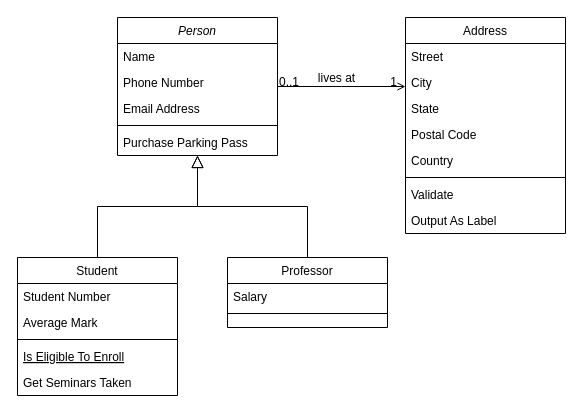
Before: UML Diagrams/Untitled Diagram.drawio in SD-Group-17/RobocupPy, a draw.io diagram. Source tidied: cells renumbered, new cells numbered last; positions are measured from the earlier drawing's top-left corner, leaving out a move shared by most shapes. Both pictures are drawn from the tidied source at 100%, with x=0, y=0 at pixel (17, 17).
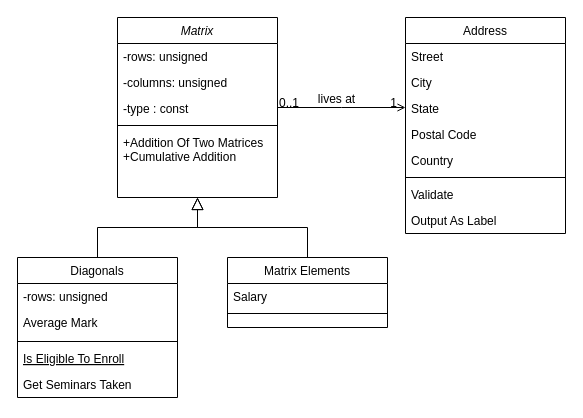
Above is the later version.

Commit message:
Sprint 1 UML .drawio

Diff of the diagram source:
```diff
@@
-    <mxCell id="2" value="Person" style="swimlane;fontStyle=2;align=center;verticalAlign=top;horizontal=1;startSize=26;rounded=0;shadow=0;strokeWidth=1;" parent="1" vertex="1">
-      <mxGeometry x="100" width="160" height="138" as="geometry" />
+    <mxCell id="2" value="Matrix" style="swimlane;fontStyle=2;align=center;verticalAlign=top;horizontal=1;startSize=26;rounded=0;shadow=0;strokeWidth=1;" parent="1" vertex="1">
+      <mxGeometry x="100" width="160" height="180" as="geometry" />
     </mxCell>
-    <mxCell id="3" value="Name" style="text;align=left;verticalAlign=top;spacingLeft=4;spacingRight=4;overflow=hidden;" parent="2" vertex="1">
+    <mxCell id="3" value="-rows: unsigned" style="text;align=left;verticalAlign=top;spacingLeft=4;spacingRight=4;overflow=hidden;" parent="2" vertex="1">
       <mxGeometry y="26" width="160" height="26" as="geometry" />
     </mxCell>
-    <mxCell id="4" value="Phone Number" style="text;align=left;verticalAlign=top;spacingLeft=4;spacingRight=4;overflow=hidden;rounded=0;shadow=0;html=0;" parent="2" vertex="1">
+    <mxCell id="4" value="-columns: unsigned" style="text;align=left;verticalAlign=top;spacingLeft=4;spacingRight=4;overflow=hidden;rounded=0;shadow=0;html=0;" parent="2" vertex="1">
       <mxGeometry y="52" width="160" height="26" as="geometry" />
     </mxCell>
-    <mxCell id="5" value="Email Address" style="text;align=left;verticalAlign=top;spacingLeft=4;spacingRight=4;overflow=hidden;rounded=0;shadow=0;html=0;" parent="2" vertex="1">
+    <mxCell id="5" value="-type : const" style="text;align=left;verticalAlign=top;spacingLeft=4;spacingRight=4;overflow=hidden;rounded=0;shadow=0;html=0;" parent="2" vertex="1">
       <mxGeometry y="78" width="160" height="26" as="geometry" />
     </mxCell>
@@
-    <mxCell id="7" value="Purchase Parking Pass" style="text;align=left;verticalAlign=top;spacingLeft=4;spacingRight=4;overflow=hidden;" parent="2" vertex="1">
-      <mxGeometry y="112" width="160" height="26" as="geometry" />
+    <mxCell id="7" value="+Addition Of Two Matrices&#10;+Cumulative Addition" style="text;align=left;verticalAlign=top;spacingLeft=4;spacingRight=4;overflow=hidden;strokeWidth=4;" parent="2" vertex="1">
+      <mxGeometry y="112" width="160" height="68" as="geometry" />
     </mxCell>
-    <mxCell id="8" value="Student" style="swimlane;fontStyle=0;align=center;verticalAlign=top;horizontal=1;startSize=26;rounded=0;shadow=0;strokeWidth=1;" parent="1" vertex="1">
-      <mxGeometry y="240" width="160" height="138" as="geometry" />
+    <mxCell id="8" value="Diagonals" style="swimlane;fontStyle=0;align=center;verticalAlign=top;horizontal=1;startSize=26;rounded=0;shadow=0;strokeWidth=1;" parent="1" vertex="1">
+      <mxGeometry y="240" width="160" height="140" as="geometry" />
     </mxCell>
-    <mxCell id="9" value="Student Number" style="text;align=left;verticalAlign=top;spacingLeft=4;spacingRight=4;overflow=hidden;" parent="8" vertex="1">
+    <mxCell id="9" value="-rows: unsigned" style="text;align=left;verticalAlign=top;spacingLeft=4;spacingRight=4;overflow=hidden;" parent="8" vertex="1">
       <mxGeometry y="26" width="160" height="26" as="geometry" />
     </mxCell>
     <mxCell id="10" value="Average Mark" style="text;align=left;verticalAlign=top;spacingLeft=4;spacingRight=4;overflow=hidden;rounded=0;shadow=0;html=0;" parent="8" vertex="1">
-      <mxGeometry y="52" width="160" height="26" as="geometry" />
+      <mxGeometry y="52" width="160" height="28" as="geometry" />
     </mxCell>
     <mxCell id="11" style="line;html=1;strokeWidth=1;align=left;verticalAlign=middle;spacingTop=-1;spacingLeft=3;spacingRight=3;labelPosition=right;" parent="8" vertex="1">
-      <mxGeometry y="78" width="160" height="8" as="geometry" />
+      <mxGeometry y="80" width="160" height="8" as="geometry" />
     </mxCell>
     <mxCell id="12" value="Is Eligible To Enroll" style="text;align=left;verticalAlign=top;spacingLeft=4;spacingRight=4;overflow=hidden;fontStyle=4;" parent="8" vertex="1">
-      <mxGeometry y="86" width="160" height="26" as="geometry" />
+      <mxGeometry y="88" width="160" height="26" as="geometry" />
     </mxCell>
     <mxCell id="13" value="Get Seminars Taken" style="text;align=left;verticalAlign=top;spacingLeft=4;spacingRight=4;overflow=hidden;" parent="8" vertex="1">
-      <mxGeometry y="112" width="160" height="26" as="geometry" />
+      <mxGeometry y="114" width="160" height="26" as="geometry" />
     </mxCell>
@@
-    <mxCell id="15" value="Professor" style="swimlane;fontStyle=0;align=center;verticalAlign=top;horizontal=1;startSize=26;rounded=0;shadow=0;strokeWidth=1;" parent="1" vertex="1">
+    <mxCell id="15" value="Matrix Elements" style="swimlane;fontStyle=0;align=center;verticalAlign=top;horizontal=1;startSize=26;rounded=0;shadow=0;strokeWidth=1;" parent="1" vertex="1">
       <mxGeometry x="210" y="240" width="160" height="70" as="geometry" />
     </mxCell>
```
